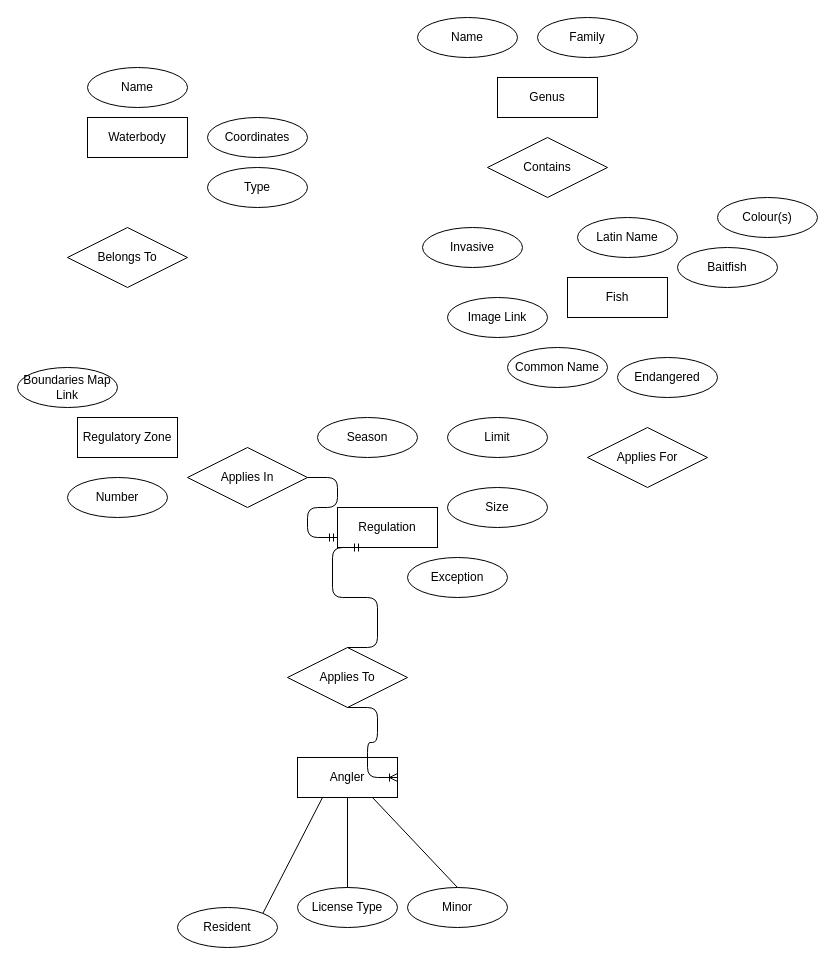
Above: lab2.drawio in spjanic10/fishOntario (draw.io), before the change. Source tidied: cells renumbered, new cells numbered last; positions are measured from the earlier drawing's top-left corner, leaving out a move shared by most shapes. Both pictures are drawn from the tidied source at 100%, with x=0, y=0 at pixel (17, 17).
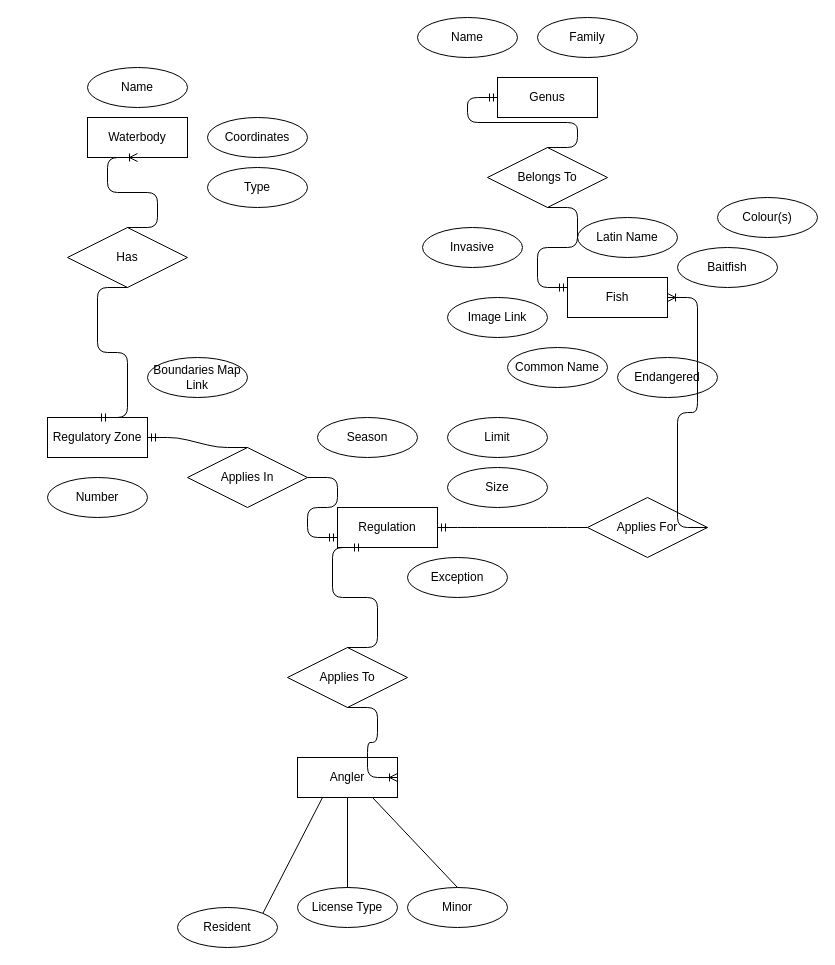
After the change.

Commit message:
relationships rough

Unchanged cells that the change refers to:
```xml
<mxCell id="3" value="Fish" style="whiteSpace=wrap;html=1;align=center;" parent="1" vertex="1">
  <mxGeometry x="550" y="260" width="100" height="40" as="geometry" />
</mxCell>
<mxCell id="5" value="Waterbody" style="whiteSpace=wrap;html=1;align=center;" parent="1" vertex="1">
  <mxGeometry x="70" y="100" width="100" height="40" as="geometry" />
</mxCell>
<mxCell id="25" value="Regulation" style="whiteSpace=wrap;html=1;align=center;" parent="1" vertex="1">
  <mxGeometry x="320" y="490" width="100" height="40" as="geometry" />
</mxCell>
<mxCell id="35" value="Applies In" style="shape=rhombus;perimeter=rhombusPerimeter;whiteSpace=wrap;html=1;align=center;" parent="1" vertex="1">
  <mxGeometry x="170" y="430" width="120" height="60" as="geometry" />
</mxCell>
```

Change to the diagram source:
```diff
@@
     <mxCell id="2" value="Regulatory Zone" style="whiteSpace=wrap;html=1;align=center;" parent="1" vertex="1">
-      <mxGeometry x="60" y="400" width="100" height="40" as="geometry" />
+      <mxGeometry x="30" y="400" width="100" height="40" as="geometry" />
     </mxCell>
@@
     <mxCell id="14" value="Number" style="ellipse;whiteSpace=wrap;html=1;align=center;" parent="1" vertex="1">
-      <mxGeometry x="50" y="460" width="100" height="40" as="geometry" />
+      <mxGeometry x="30" y="460" width="100" height="40" as="geometry" />
     </mxCell>
@@
     <mxCell id="24" value="Boundaries Map Link" style="ellipse;whiteSpace=wrap;html=1;align=center;" parent="1" vertex="1">
-      <mxGeometry y="350" width="100" height="40" as="geometry" />
+      <mxGeometry x="130" y="340" width="100" height="40" as="geometry" />
     </mxCell>
@@
     <mxCell id="30" value="Size" style="ellipse;whiteSpace=wrap;html=1;align=center;" parent="1" vertex="1">
-      <mxGeometry x="430" y="470" width="100" height="40" as="geometry" />
+      <mxGeometry x="430" y="450" width="100" height="40" as="geometry" />
     </mxCell>
@@
-    <mxCell id="33" value="Contains" style="shape=rhombus;perimeter=rhombusPerimeter;whiteSpace=wrap;html=1;align=center;" parent="1" vertex="1">
-      <mxGeometry x="470" y="120" width="120" height="60" as="geometry" />
+    <mxCell id="33" value="Belongs To" style="shape=rhombus;perimeter=rhombusPerimeter;whiteSpace=wrap;html=1;align=center;" parent="1" vertex="1">
+      <mxGeometry x="470" y="130" width="120" height="60" as="geometry" />
     </mxCell>
-    <mxCell id="34" value="Belongs To" style="shape=rhombus;perimeter=rhombusPerimeter;whiteSpace=wrap;html=1;align=center;" parent="1" vertex="1">
+    <mxCell id="34" value="Has" style="shape=rhombus;perimeter=rhombusPerimeter;whiteSpace=wrap;html=1;align=center;" parent="1" vertex="1">
       <mxGeometry x="50" y="210" width="120" height="60" as="geometry" />
     </mxCell>
@@
     <mxCell id="36" value="Applies For" style="shape=rhombus;perimeter=rhombusPerimeter;whiteSpace=wrap;html=1;align=center;" parent="1" vertex="1">
-      <mxGeometry x="570" y="410" width="120" height="60" as="geometry" />
+      <mxGeometry x="570" y="480" width="120" height="60" as="geometry" />
     </mxCell>
@@
+    <mxCell id="40" style="edgeStyle=entityRelationEdgeStyle;fontSize=12;html=1;endArrow=ERmandOne;entryX=1;entryY=0.5;entryDx=0;entryDy=0;exitX=0.5;exitY=0;exitDx=0;exitDy=0;" parent="1" edge="1" source="35" target="2">
+      <mxGeometry relative="1" as="geometry" />
+    </mxCell>
+    <mxCell id="41" style="edgeStyle=entityRelationEdgeStyle;fontSize=12;html=1;endArrow=ERoneToMany;exitX=1;exitY=0.5;exitDx=0;exitDy=0;entryX=1;entryY=0.5;entryDx=0;entryDy=0;" parent="1" edge="1" source="36" target="3">
+      <mxGeometry relative="1" as="geometry" />
+    </mxCell>
+    <mxCell id="42" style="edgeStyle=entityRelationEdgeStyle;fontSize=12;html=1;endArrow=ERmandOne;entryX=1;entryY=0.5;entryDx=0;entryDy=0;exitX=0;exitY=0.5;exitDx=0;exitDy=0;" parent="1" edge="1" source="36" target="25">
+      <mxGeometry relative="1" as="geometry" />
+    </mxCell>
+    <mxCell id="43" style="edgeStyle=entityRelationEdgeStyle;fontSize=12;html=1;endArrow=ERmandOne;entryX=0.5;entryY=0;entryDx=0;entryDy=0;exitX=0.5;exitY=1;exitDx=0;exitDy=0;" parent="1" edge="1" source="34" target="2">
+      <mxGeometry relative="1" as="geometry" />
+    </mxCell>
+    <mxCell id="44" style="edgeStyle=entityRelationEdgeStyle;fontSize=12;html=1;endArrow=ERoneToMany;entryX=0.5;entryY=1;entryDx=0;entryDy=0;exitX=0.5;exitY=0;exitDx=0;exitDy=0;" parent="1" edge="1" source="34" target="5">
+      <mxGeometry relative="1" as="geometry" />
+    </mxCell>
+    <mxCell id="45" style="edgeStyle=entityRelationEdgeStyle;fontSize=12;html=1;endArrow=ERmandOne;entryX=0;entryY=0.25;entryDx=0;entryDy=0;exitX=0.5;exitY=1;exitDx=0;exitDy=0;" parent="1" edge="1" source="33" target="3">
+      <mxGeometry relative="1" as="geometry" />
+    </mxCell>
+    <mxCell id="46" style="edgeStyle=entityRelationEdgeStyle;fontSize=12;html=1;endArrow=ERmandOne;exitX=0.5;exitY=0;exitDx=0;exitDy=0;" parent="1" edge="1" source="33">
+      <mxGeometry relative="1" as="geometry">
+        <mxPoint x="480" y="80" as="targetPoint" />
+      </mxGeometry>
+    </mxCell>
```
